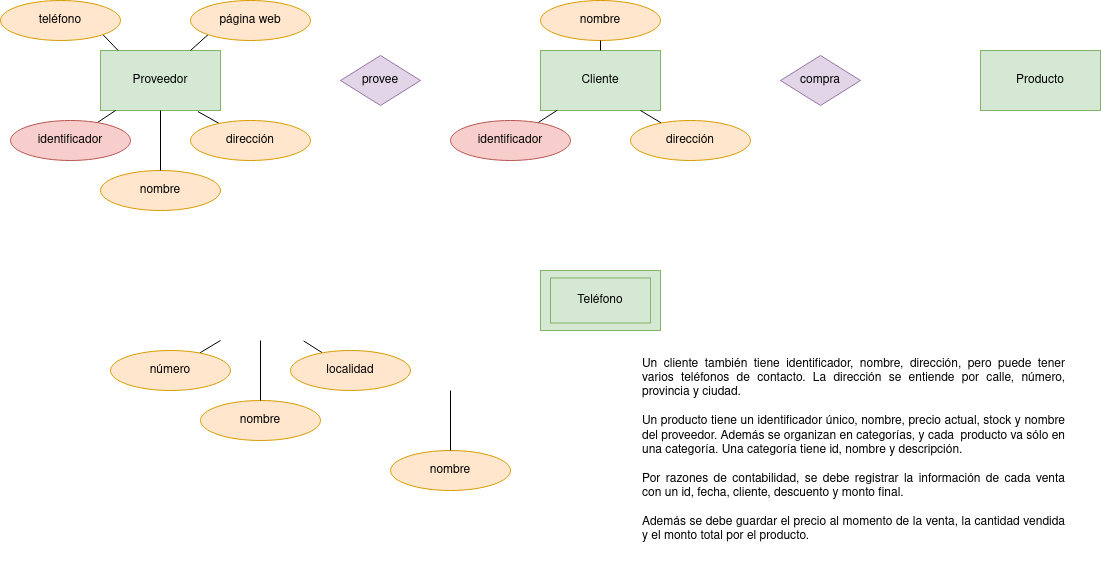
The draw.io diagram Tareas/UD2-INTERPRETACIÓN DE DIAGRAMAS ENTIDAD-RELACIÓN/TRABAJO EN AULA/sistemaDeVentas.drawio.png in popadron/base-de-datos, before a commit. Source tidied: cells renumbered, new cells last; positions are measured from the earlier drawing's top-left corner, leaving out a move shared by most shapes.
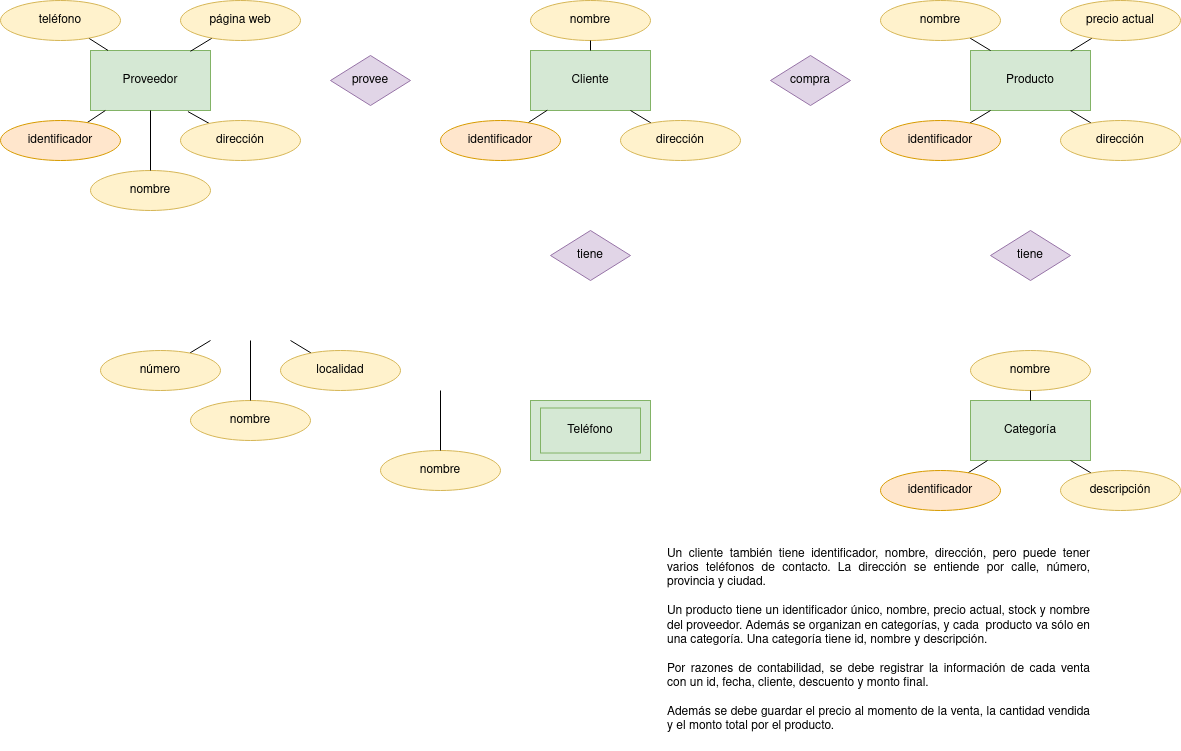
The same file after the commit.

The edit, as a diff of the source:
```diff
@@ -22,10 +22,10 @@
         <mxPoint x="220" y="340" as="sourcePoint" />
       </mxGeometry>
     </mxCell>
-    <mxCell id="8" value="&lt;font color=&quot;#000000&quot;&gt;número&lt;/font&gt;" style="ellipse;whiteSpace=wrap;html=1;fillColor=#ffe6cc;strokeColor=#d79b00;" parent="1" vertex="1">
+    <mxCell id="8" value="&lt;font color=&quot;#000000&quot;&gt;número&lt;/font&gt;" style="ellipse;whiteSpace=wrap;html=1;fillColor=#fff2cc;strokeColor=#d6b656;" parent="1" vertex="1">
       <mxGeometry x="110" y="350" width="120" height="40" as="geometry" />
     </mxCell>
-    <mxCell id="9" value="nombre" style="ellipse;whiteSpace=wrap;html=1;fillColor=#ffe6cc;strokeColor=#d79b00;" parent="1" vertex="1">
+    <mxCell id="9" value="nombre" style="ellipse;whiteSpace=wrap;html=1;fillColor=#fff2cc;strokeColor=#d6b656;" parent="1" vertex="1">
       <mxGeometry x="200" y="400" width="120" height="40" as="geometry" />
     </mxCell>
     <mxCell id="10" style="endArrow=none;html=1;rounded=0;fontColor=#000000;exitX=0.5;exitY=0;exitDx=0;exitDy=0;entryX=0.5;entryY=1;entryDx=0;entryDy=0;" parent="1" edge="1" source="9">
@@ -33,21 +33,21 @@
         <mxPoint x="260" y="340" as="targetPoint" />
       </mxGeometry>
     </mxCell>
-    <mxCell id="11" style="endArrow=none;html=1;rounded=0;fontColor=#000000;entryX=0.859;entryY=1.006;entryDx=0;entryDy=0;entryPerimeter=0;" parent="1" edge="1" source="12">
+    <mxCell id="11" style="endArrow=none;html=1;rounded=0;fontColor=#000000;" parent="1" edge="1" source="12">
       <mxGeometry relative="1" as="geometry">
-        <mxPoint x="303.1" y="340.4" as="targetPoint" />
+        <mxPoint x="300" y="340" as="targetPoint" />
       </mxGeometry>
     </mxCell>
-    <mxCell id="12" value="localidad" style="ellipse;whiteSpace=wrap;html=1;fillColor=#ffe6cc;strokeColor=#d79b00;" parent="1" vertex="1">
+    <mxCell id="12" value="localidad" style="ellipse;whiteSpace=wrap;html=1;fillColor=#fff2cc;strokeColor=#d6b656;" parent="1" vertex="1">
       <mxGeometry x="290" y="350" width="120" height="40" as="geometry" />
     </mxCell>
     <mxCell id="13" style="endArrow=none;html=1;rounded=0;fontColor=#FF0080;" parent="1" edge="1" source="2" target="14">
       <mxGeometry relative="1" as="geometry" />
     </mxCell>
-    <mxCell id="14" value="identificador" style="ellipse;whiteSpace=wrap;html=1;fillColor=#f8cecc;strokeColor=#b85450;" parent="1" vertex="1">
+    <mxCell id="14" value="identificador" style="ellipse;whiteSpace=wrap;html=1;fillColor=#ffe6cc;strokeColor=#d79b00;" parent="1" vertex="1">
       <mxGeometry x="10" y="120" width="120" height="40" as="geometry" />
     </mxCell>
-    <mxCell id="15" value="nombre" style="ellipse;whiteSpace=wrap;html=1;fillColor=#ffe6cc;strokeColor=#d79b00;" parent="1" vertex="1">
+    <mxCell id="15" value="nombre" style="ellipse;whiteSpace=wrap;html=1;fillColor=#fff2cc;strokeColor=#d6b656;" parent="1" vertex="1">
       <mxGeometry x="100" y="170" width="120" height="40" as="geometry" />
     </mxCell>
     <mxCell id="16" style="endArrow=none;html=1;rounded=0;fontColor=#000000;exitX=0.5;exitY=0;exitDx=0;exitDy=0;entryX=0.5;entryY=1;entryDx=0;entryDy=0;" parent="1" edge="1" source="15" target="2">
@@ -56,22 +56,22 @@
     <mxCell id="17" style="endArrow=none;html=1;rounded=0;fontColor=#000000;entryX=0.812;entryY=1.018;entryDx=0;entryDy=0;entryPerimeter=0;" parent="1" edge="1" source="18" target="2">
       <mxGeometry relative="1" as="geometry" />
     </mxCell>
-    <mxCell id="18" value="dirección" style="ellipse;whiteSpace=wrap;html=1;fillColor=#ffe6cc;strokeColor=#d79b00;" parent="1" vertex="1">
+    <mxCell id="18" value="dirección" style="ellipse;whiteSpace=wrap;html=1;fillColor=#fff2cc;strokeColor=#d6b656;" parent="1" vertex="1">
       <mxGeometry x="190" y="120" width="120" height="40" as="geometry" />
     </mxCell>
-    <mxCell id="19" style="endArrow=none;html=1;rounded=0;fontColor=#FF0080;entryX=1;entryY=1;entryDx=0;entryDy=0;exitX=0.146;exitY=-0.001;exitDx=0;exitDy=0;exitPerimeter=0;" parent="1" edge="1" source="2" target="20">
+    <mxCell id="19" style="endArrow=none;html=1;rounded=0;fontColor=#FF0080;exitX=0.146;exitY=-0.001;exitDx=0;exitDy=0;exitPerimeter=0;" parent="1" edge="1" source="2" target="20">
       <mxGeometry relative="1" as="geometry" />
     </mxCell>
-    <mxCell id="20" value="teléfono" style="ellipse;whiteSpace=wrap;html=1;fillColor=#ffe6cc;strokeColor=#d79b00;" parent="1" vertex="1">
-      <mxGeometry width="120" height="40" as="geometry" />
+    <mxCell id="20" value="teléfono" style="ellipse;whiteSpace=wrap;html=1;fillColor=#fff2cc;strokeColor=#d6b656;" parent="1" vertex="1">
+      <mxGeometry x="10" width="120" height="40" as="geometry" />
     </mxCell>
-    <mxCell id="21" style="endArrow=none;html=1;rounded=0;fontColor=#000000;entryX=0.75;entryY=0;entryDx=0;entryDy=0;exitX=0;exitY=1;exitDx=0;exitDy=0;" parent="1" edge="1" source="22" target="2">
+    <mxCell id="21" style="endArrow=none;html=1;rounded=0;fontColor=#000000;entryX=0.833;entryY=0.013;entryDx=0;entryDy=0;entryPerimeter=0;" parent="1" edge="1" source="22" target="2">
       <mxGeometry relative="1" as="geometry" />
     </mxCell>
-    <mxCell id="22" value="página web" style="ellipse;whiteSpace=wrap;html=1;fillColor=#ffe6cc;strokeColor=#d79b00;" parent="1" vertex="1">
+    <mxCell id="22" value="página web" style="ellipse;whiteSpace=wrap;html=1;fillColor=#fff2cc;strokeColor=#d6b656;" parent="1" vertex="1">
       <mxGeometry x="190" width="120" height="40" as="geometry" />
     </mxCell>
-    <mxCell id="23" value="nombre" style="ellipse;whiteSpace=wrap;html=1;fillColor=#ffe6cc;strokeColor=#d79b00;" parent="1" vertex="1">
+    <mxCell id="23" value="nombre" style="ellipse;whiteSpace=wrap;html=1;fillColor=#fff2cc;strokeColor=#d6b656;" parent="1" vertex="1">
       <mxGeometry x="390" y="450" width="120" height="40" as="geometry" />
     </mxCell>
     <mxCell id="24" style="endArrow=none;html=1;rounded=0;fontColor=#000000;exitX=0.5;exitY=0;exitDx=0;exitDy=0;entryX=0.5;entryY=1;entryDx=0;entryDy=0;" parent="1" edge="1" source="23">
@@ -82,10 +82,10 @@
     <mxCell id="25" style="endArrow=none;html=1;rounded=0;fontColor=#FF0080;exitX=0.14;exitY=0.995;exitDx=0;exitDy=0;exitPerimeter=0;" parent="1" edge="1" source="3" target="26">
       <mxGeometry relative="1" as="geometry" />
     </mxCell>
-    <mxCell id="26" value="identificador" style="ellipse;whiteSpace=wrap;html=1;fillColor=#f8cecc;strokeColor=#b85450;" parent="1" vertex="1">
+    <mxCell id="26" value="identificador" style="ellipse;whiteSpace=wrap;html=1;fillColor=#ffe6cc;strokeColor=#d79b00;" parent="1" vertex="1">
       <mxGeometry x="450" y="120" width="120" height="40" as="geometry" />
     </mxCell>
-    <mxCell id="27" value="nombre" style="ellipse;whiteSpace=wrap;html=1;fillColor=#ffe6cc;strokeColor=#d79b00;" parent="1" vertex="1">
+    <mxCell id="27" value="nombre" style="ellipse;whiteSpace=wrap;html=1;fillColor=#fff2cc;strokeColor=#d6b656;" parent="1" vertex="1">
       <mxGeometry x="540" width="120" height="40" as="geometry" />
     </mxCell>
     <mxCell id="28" style="endArrow=none;html=1;rounded=0;fontColor=#000000;entryX=0.5;entryY=1;entryDx=0;entryDy=0;exitX=0.5;exitY=0;exitDx=0;exitDy=0;" parent="1" edge="1" source="3" target="27">
@@ -96,17 +96,74 @@
         <mxPoint x="640" y="110" as="targetPoint" />
       </mxGeometry>
     </mxCell>
-    <mxCell id="30" value="dirección" style="ellipse;whiteSpace=wrap;html=1;fillColor=#ffe6cc;strokeColor=#d79b00;" parent="1" vertex="1">
+    <mxCell id="30" value="dirección" style="ellipse;whiteSpace=wrap;html=1;fillColor=#fff2cc;strokeColor=#d6b656;" parent="1" vertex="1">
       <mxGeometry x="630" y="120" width="120" height="40" as="geometry" />
     </mxCell>
     <mxCell id="31" value="&lt;div align=&quot;justify&quot;&gt;Un cliente también tiene identificador, nombre, dirección, pero puede tener varios teléfonos de contacto. La dirección se entiende por calle, número, provincia y ciudad.&lt;/div&gt;&lt;div align=&quot;justify&quot;&gt;&lt;br&gt;&lt;/div&gt;&lt;div align=&quot;justify&quot;&gt;Un producto tiene un identificador único, nombre, precio actual, stock y nombre del proveedor. Además se organizan en categorías, y cada&amp;nbsp; producto va sólo en una categoría. Una categoría tiene id, nombre y descripción.&lt;br&gt;&lt;/div&gt;&lt;div align=&quot;justify&quot;&gt;&lt;br&gt;&lt;/div&gt;&lt;div align=&quot;justify&quot;&gt;Por razones de contabilidad, se debe registrar la información de cada venta con un id, fecha, cliente, descuento y monto final.&lt;br&gt;&lt;/div&gt;&lt;div align=&quot;justify&quot;&gt;&lt;br&gt;&lt;/div&gt;&lt;div align=&quot;justify&quot;&gt;Además se debe guardar el precio al momento de la venta, la cantidad vendida y el monto total por el producto.&lt;/div&gt;" style="text;html=1;strokeColor=none;fillColor=none;align=left;verticalAlign=middle;whiteSpace=wrap;rounded=0;" parent="1" vertex="1">
-      <mxGeometry x="640" y="340" width="425" height="220" as="geometry" />
+      <mxGeometry x="675" y="530" width="425" height="220" as="geometry" />
     </mxCell>
     <mxCell id="32" style="rounded=0;whiteSpace=wrap;html=1;fillColor=#d5e8d4;strokeColor=#82b366;" parent="1" vertex="1">
-      <mxGeometry x="540" y="270" width="120" height="60" as="geometry" />
+      <mxGeometry x="540" y="400" width="120" height="60" as="geometry" />
     </mxCell>
     <mxCell id="33" value="Teléfono" style="rounded=0;whiteSpace=wrap;html=1;fillColor=#d5e8d4;strokeColor=#82b366;" parent="1" vertex="1">
-      <mxGeometry x="550" y="277.5" width="100" height="45" as="geometry" />
+      <mxGeometry x="550" y="407.5" width="100" height="45" as="geometry" />
     </mxCell>
+    <mxCell id="34" value="tiene" style="rhombus;whiteSpace=wrap;html=1;fillColor=#e1d5e7;strokeColor=#9673a6;" parent="1" vertex="1">
+      <mxGeometry x="560" y="230" width="80" height="50" as="geometry" />
+    </mxCell>
+    <mxCell id="35" style="endArrow=none;html=1;rounded=0;fontColor=#FF0080;exitX=0.167;exitY=1;exitDx=0;exitDy=0;exitPerimeter=0;" parent="1" edge="1" source="4" target="36">
+      <mxGeometry relative="1" as="geometry" />
+    </mxCell>
+    <mxCell id="36" value="identificador" style="ellipse;whiteSpace=wrap;html=1;fillColor=#ffe6cc;strokeColor=#d79b00;" parent="1" vertex="1">
+      <mxGeometry x="890" y="120" width="120" height="40" as="geometry" />
+    </mxCell>
+    <mxCell id="37" style="endArrow=none;html=1;rounded=0;fontColor=#000000;entryX=0.833;entryY=1;entryDx=0;entryDy=0;entryPerimeter=0;" parent="1" edge="1" source="38" target="4">
+      <mxGeometry relative="1" as="geometry" />
+    </mxCell>
+    <mxCell id="38" value="dirección" style="ellipse;whiteSpace=wrap;html=1;fillColor=#fff2cc;strokeColor=#d6b656;" parent="1" vertex="1">
+      <mxGeometry x="1070" y="120" width="120" height="40" as="geometry" />
+    </mxCell>
+    <mxCell id="39" style="endArrow=none;html=1;rounded=0;fontColor=#FF0080;exitX=0.167;exitY=0;exitDx=0;exitDy=0;exitPerimeter=0;" parent="1" edge="1" source="4" target="40">
+      <mxGeometry relative="1" as="geometry" />
+    </mxCell>
+    <mxCell id="40" value="nombre" style="ellipse;whiteSpace=wrap;html=1;fillColor=#fff2cc;strokeColor=#d6b656;" parent="1" vertex="1">
+      <mxGeometry x="890" width="120" height="40" as="geometry" />
+    </mxCell>
+    <mxCell id="41" style="endArrow=none;html=1;rounded=0;fontColor=#000000;entryX=0.836;entryY=0.012;entryDx=0;entryDy=0;entryPerimeter=0;" parent="1" edge="1" source="42" target="4">
+      <mxGeometry relative="1" as="geometry" />
+    </mxCell>
+    <mxCell id="42" value="precio actual" style="ellipse;whiteSpace=wrap;html=1;fillColor=#fff2cc;strokeColor=#d6b656;" parent="1" vertex="1">
+      <mxGeometry x="1070" width="120" height="40" as="geometry" />
+    </mxCell>
+    <mxCell id="43" value="Categoría" style="rounded=0;whiteSpace=wrap;html=1;fillColor=#d5e8d4;strokeColor=#82b366;" parent="1" vertex="1">
+      <mxGeometry x="980" y="400" width="120" height="60" as="geometry" />
+    </mxCell>
+    <mxCell id="44" value="tiene" style="rhombus;whiteSpace=wrap;html=1;fillColor=#e1d5e7;strokeColor=#9673a6;" parent="1" vertex="1">
+      <mxGeometry x="1000" y="230" width="80" height="50" as="geometry" />
+    </mxCell>
+    <mxCell id="45" style="endArrow=none;html=1;rounded=0;fontColor=#FF0080;" parent="1" edge="1" target="46">
+      <mxGeometry relative="1" as="geometry">
+        <mxPoint x="997" y="460" as="sourcePoint" />
+      </mxGeometry>
+    </mxCell>
+    <mxCell id="46" value="identificador" style="ellipse;whiteSpace=wrap;html=1;fillColor=#ffe6cc;strokeColor=#d79b00;" parent="1" vertex="1">
+      <mxGeometry x="890" y="470" width="120" height="40" as="geometry" />
+    </mxCell>
+    <mxCell id="47" value="nombre" style="ellipse;whiteSpace=wrap;html=1;fillColor=#fff2cc;strokeColor=#d6b656;" parent="1" vertex="1">
+      <mxGeometry x="980" y="350" width="120" height="40" as="geometry" />
+    </mxCell>
+    <mxCell id="48" style="endArrow=none;html=1;rounded=0;fontColor=#000000;entryX=0.5;entryY=1;entryDx=0;entryDy=0;" parent="1" edge="1" target="47">
+      <mxGeometry relative="1" as="geometry">
+        <mxPoint x="1040" y="400" as="sourcePoint" />
+      </mxGeometry>
+    </mxCell>
+    <mxCell id="49" style="endArrow=none;html=1;rounded=0;fontColor=#000000;" parent="1" edge="1" source="50">
+      <mxGeometry relative="1" as="geometry">
+        <mxPoint x="1080" y="460" as="targetPoint" />
+      </mxGeometry>
+    </mxCell>
+    <mxCell id="50" value="descripción" style="ellipse;whiteSpace=wrap;html=1;fillColor=#fff2cc;strokeColor=#d6b656;" parent="1" vertex="1">
+      <mxGeometry x="1070" y="470" width="120" height="40" as="geometry" />
+    </mxCell>
   </root>
 </mxGraphModel>
```
